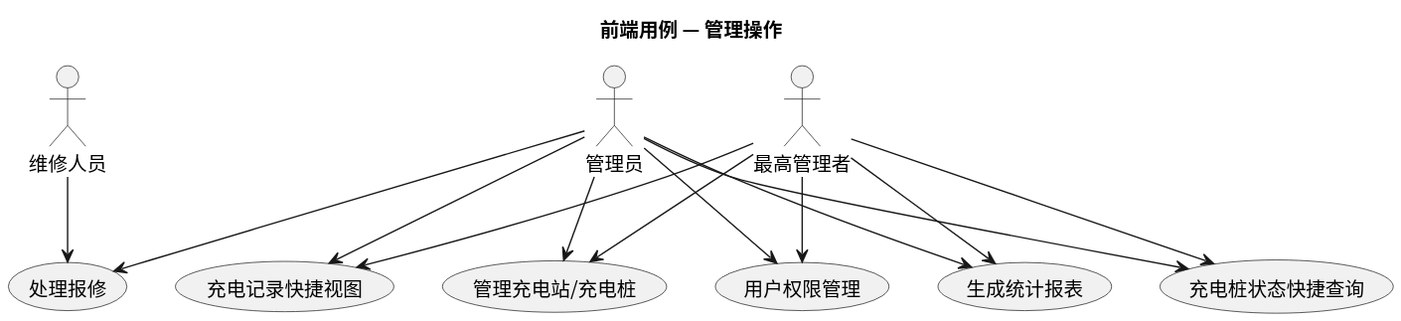
Earlier version of the PlantUML export usecase/docs/frontend/img/frontend_admin_usecases.svg (greenhandzdl/charging-station-doc). Source of this version:
```plantuml
@startuml
skinparam defaultFontName "Noto Sans CJK SC"
skinparam defaultFontSize 14
title 前端用例 — 管理操作
skinparam useCaseShape rectangle

actor "管理员" as A
actor "维修人员" as M
actor "最高管理者" as SA

usecase "处理报修" as HR
usecase "管理充电站/充电桩" as MM
usecase "用户权限管理" as PM
usecase "生成统计报表" as GS
usecase "充电桩状态快捷查询" as QC
usecase "充电记录快捷视图" as QV

A --> HR
A --> MM
A --> PM
A --> GS
A --> QC
A --> QV
M --> HR
SA --> MM
SA --> PM
SA --> GS
SA --> QC
SA --> QV
@enduml
```
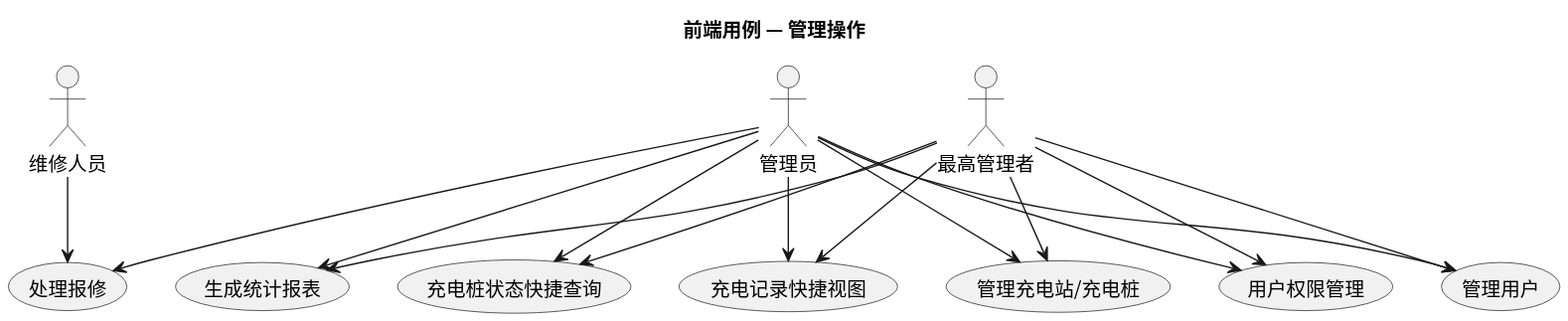
The same diagram one commit later.

Diff of the diagram source:
```diff
@@ -11,6 +11,7 @@
 usecase "处理报修" as HR
 usecase "管理充电站/充电桩" as MM
 usecase "用户权限管理" as PM
+usecase "管理用户" as MU
 usecase "生成统计报表" as GS
 usecase "充电桩状态快捷查询" as QC
 usecase "充电记录快捷视图" as QV
@@ -18,12 +19,14 @@
 A --> HR
 A --> MM
 A --> PM
+A --> MU
 A --> GS
 A --> QC
 A --> QV
 M --> HR
 SA --> MM
 SA --> PM
+SA --> MU
 SA --> GS
 SA --> QC
 SA --> QV
```
